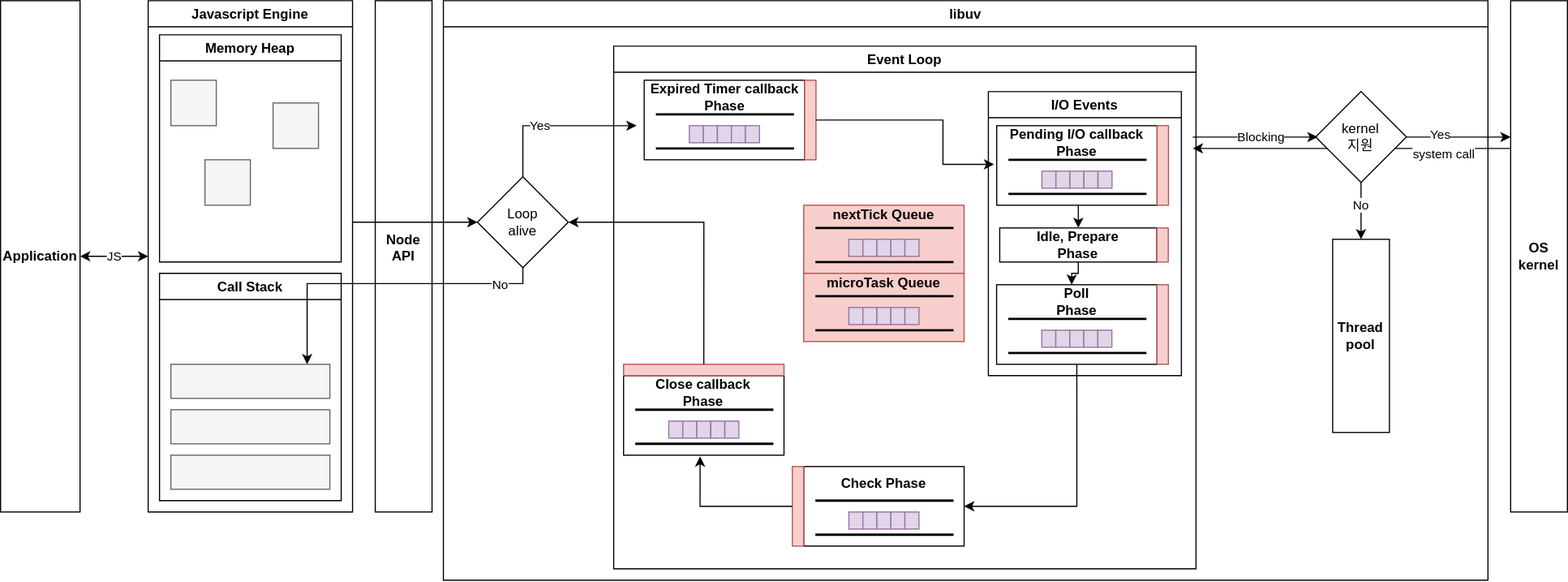
The draw.io diagram 08/yongki/assets/node.drawio.svg in cs-study-org/cs-study, before a commit. Source tidied: cells renumbered, new cells last; positions are measured from the earlier drawing's top-left corner, leaving out a move shared by most shapes.
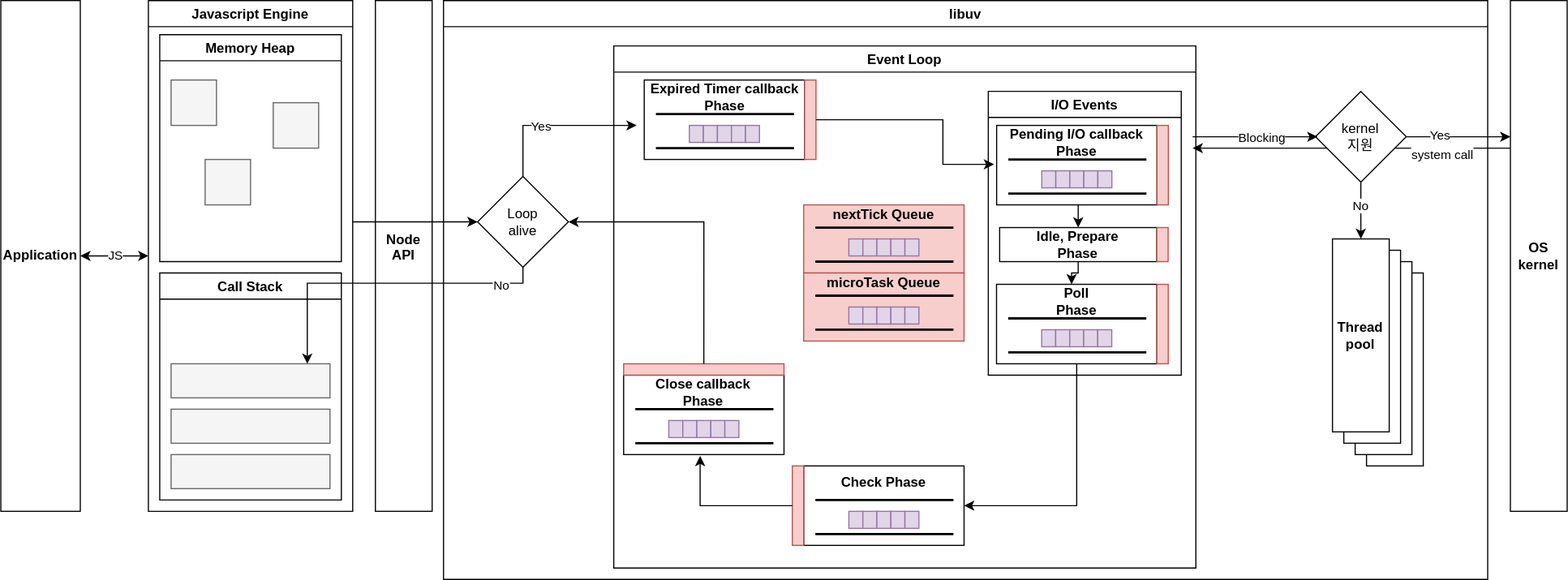
Later version of the same file.

Commit message:
:bento: Update node diagram

The edit, as a diff of the source:
```diff
@@ -2,6 +2,15 @@
   <root>
     <mxCell id="0" />
     <mxCell id="1" parent="0" />
+    <mxCell id="109" style="rounded=0;whiteSpace=wrap;html=1;" parent="1" vertex="1">
+      <mxGeometry x="1203.2" y="240" width="50" height="170" as="geometry" />
+    </mxCell>
+    <mxCell id="110" style="rounded=0;whiteSpace=wrap;html=1;" parent="1" vertex="1">
+      <mxGeometry x="1193.2" y="230" width="50" height="170" as="geometry" />
+    </mxCell>
+    <mxCell id="111" style="rounded=0;whiteSpace=wrap;html=1;" parent="1" vertex="1">
+      <mxGeometry x="1183.2" y="220" width="50" height="170" as="geometry" />
+    </mxCell>
     <mxCell id="2" style="edgeStyle=none;html=1;exitX=0;exitY=0.289;exitDx=0;exitDy=0;exitPerimeter=0;endArrow=classic;endFill=1;" parent="1" edge="1" source="4">
       <mxGeometry relative="1" as="geometry">
         <mxPoint x="1050" y="130" as="targetPoint" />
```
